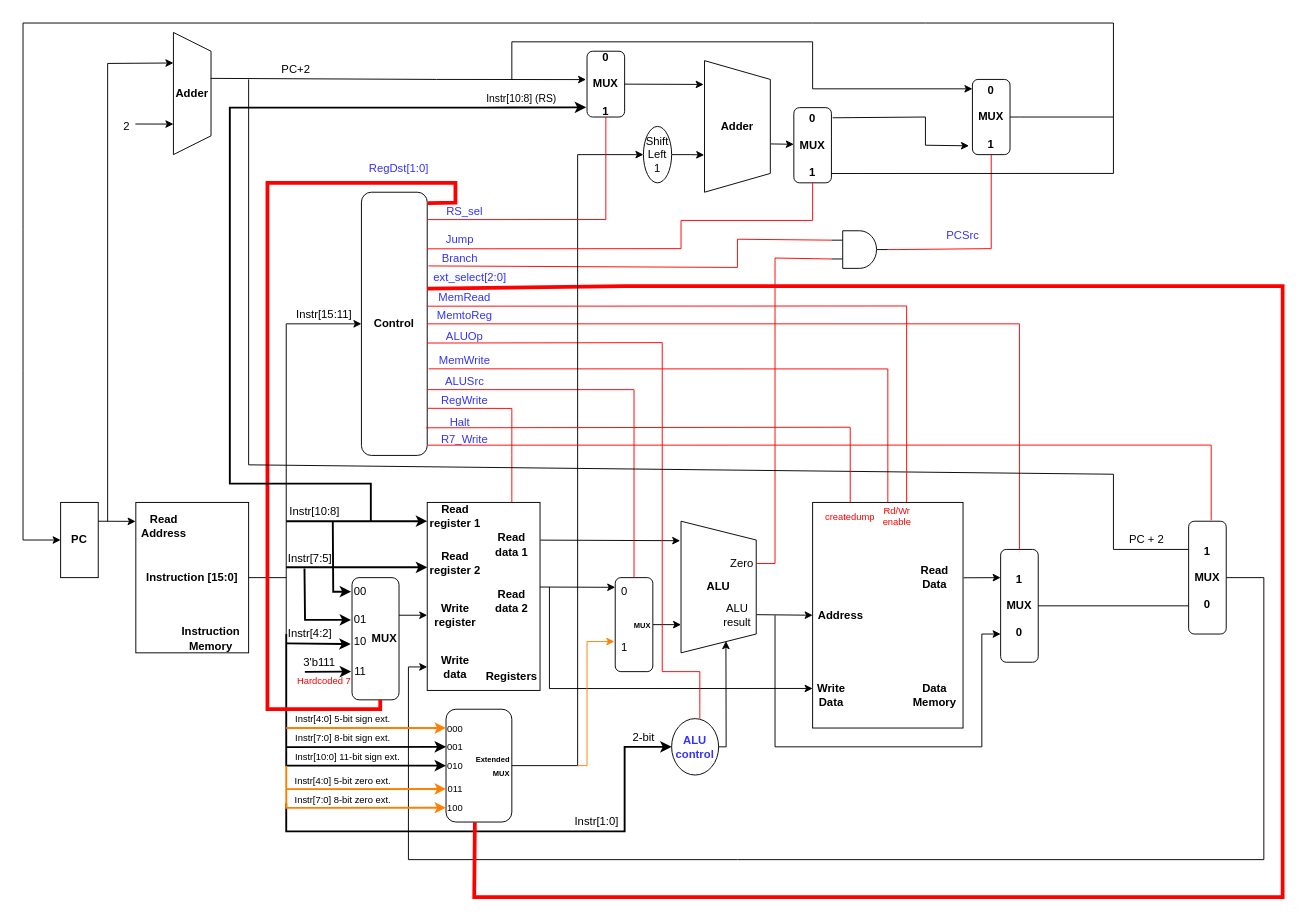
The draw.io diagram WISC-SP22.drawio in joshmeiyb/ECE552, before the edit. Source tidied: cells renumbered, new cells numbered last; positions are measured from the earlier drawing's top-left corner, leaving out a move shared by most shapes. Both pictures are drawn from the tidied source at 94%, with x=0, y=0 at pixel (23, 23).
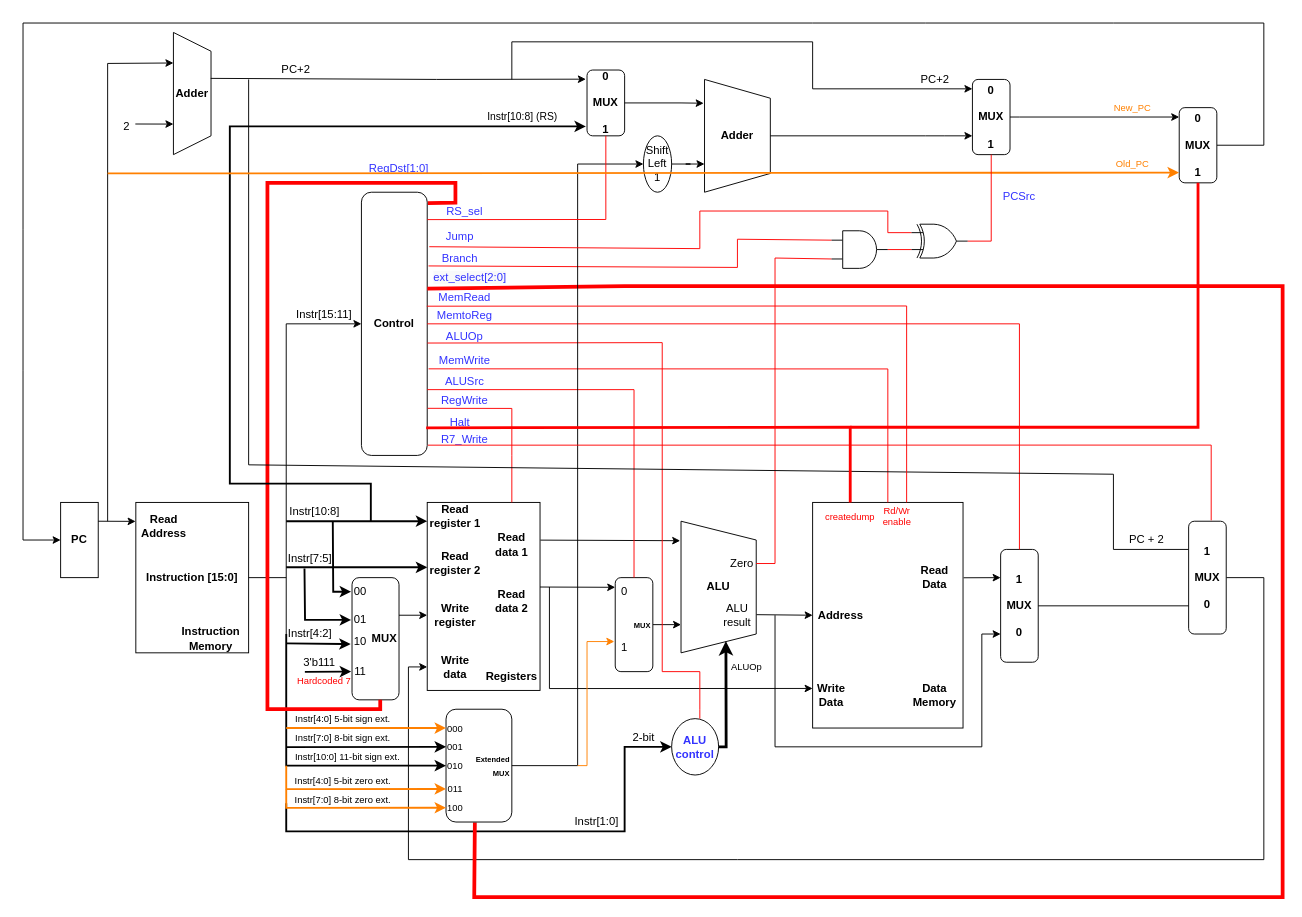
The same diagram, later.

The change refers to these unchanged cells:
```xml
<mxCell id="2" value="&lt;b&gt;PC&lt;/b&gt;" style="rounded=0;whiteSpace=wrap;html=1;" parent="1" vertex="1">
  <mxGeometry x="40" y="510" width="40" height="80" as="geometry" />
</mxCell>
<mxCell id="6" value="&lt;b&gt;Adder&lt;/b&gt;" style="shape=trapezoid;perimeter=trapezoidPerimeter;whiteSpace=wrap;html=1;fixedSize=1;direction=south;" parent="1" vertex="1">
  <mxGeometry x="160" y="10" width="40" height="130" as="geometry" />
</mxCell>
<mxCell id="27" value="&lt;b&gt;0&lt;br&gt;&lt;br&gt;MUX&lt;br&gt;&lt;br&gt;1&lt;/b&gt;" style="rounded=1;whiteSpace=wrap;html=1;" parent="1" vertex="1">
  <mxGeometry x="1010" y="60" width="40" height="80" as="geometry" />
</mxCell>
<mxCell id="36" value="&lt;b&gt;ALU&lt;/b&gt;" style="shape=trapezoid;perimeter=trapezoidPerimeter;whiteSpace=wrap;html=1;fixedSize=1;direction=south;" parent="1" vertex="1">
  <mxGeometry x="700" y="530" width="80" height="140" as="geometry" />
</mxCell>
<mxCell id="39" style="rounded=0;whiteSpace=wrap;html=1;" parent="1" vertex="1">
  <mxGeometry x="840" y="510" width="160" height="240" as="geometry" />
</mxCell>
<mxCell id="45" value="&lt;font color=&quot;#3333ff&quot;&gt;&lt;b&gt;ALU&lt;br&gt;control&lt;/b&gt;&lt;/font&gt;" style="ellipse;whiteSpace=wrap;html=1;" parent="1" vertex="1">
  <mxGeometry x="690" y="740" width="50" height="60" as="geometry" />
</mxCell>
<mxCell id="65" style="verticalLabelPosition=bottom;shadow=0;dashed=0;align=center;html=1;verticalAlign=top;shape=mxgraph.electrical.logic_gates.logic_gate;operation=and;" parent="1" vertex="1">
  <mxGeometry x="860" y="221" width="60" height="40" as="geometry" />
</mxCell>
<mxCell id="68" value="&lt;b&gt;Control&lt;/b&gt;" style="rounded=1;whiteSpace=wrap;html=1;" parent="1" vertex="1">
  <mxGeometry x="360" y="180" width="70" height="280" as="geometry" />
</mxCell>
<mxCell id="90" value="010" style="text;html=1;strokeColor=none;fillColor=none;align=center;verticalAlign=middle;whiteSpace=wrap;rounded=0;fontSize=10;" parent="1" vertex="1">
  <mxGeometry x="450" y="775" width="20" height="30" as="geometry" />
</mxCell>
```

What changed in the source:
```diff
@@
-    <mxCell id="9" style="endArrow=classic;html=1;rounded=0;exitX=0.376;exitY=0.008;exitDx=0;exitDy=0;exitPerimeter=0;entryX=-0.026;entryY=0.431;entryDx=0;entryDy=0;entryPerimeter=0;" parent="1" edge="1" source="6" target="106">
+    <mxCell id="9" style="endArrow=classic;html=1;rounded=0;exitX=0.376;exitY=0.008;exitDx=0;exitDy=0;exitPerimeter=0;entryX=-0.031;entryY=0.139;entryDx=0;entryDy=0;entryPerimeter=0;" parent="1" edge="1" source="6" target="106">
       <mxGeometry relative="1" as="geometry">
         <Array as="points">
           <mxPoint x="440" y="60" />
         </Array>
       </mxGeometry>
     </mxCell>
     <mxCell id="10" value="&lt;b&gt;Adder&lt;/b&gt;" style="shape=trapezoid;perimeter=trapezoidPerimeter;whiteSpace=wrap;html=1;fixedSize=1;direction=south;" parent="1" vertex="1">
-      <mxGeometry x="725" y="40" width="70" height="140" as="geometry" />
+      <mxGeometry x="725" y="60" width="70" height="120" as="geometry" />
     </mxCell>
-    <mxCell id="11" style="edgeStyle=orthogonalEdgeStyle;rounded=0;jettySize=auto;html=1;strokeColor=#000000;strokeWidth=1;entryX=0.717;entryY=1.005;entryDx=0;entryDy=0;entryPerimeter=0;" parent="1" edge="1" source="12" target="10">
+    <mxCell id="11" style="edgeStyle=orthogonalEdgeStyle;rounded=0;jettySize=auto;html=1;strokeColor=#000000;strokeWidth=1;entryX=0.75;entryY=1;entryDx=0;entryDy=0;" parent="1" edge="1" source="12" target="10">
       <mxGeometry relative="1" as="geometry" />
     </mxCell>
     <mxCell id="12" value="Shift&lt;br&gt;Left 1" style="ellipse;whiteSpace=wrap;html=1;" parent="1" vertex="1">
-      <mxGeometry x="660" y="110" width="30" height="60" as="geometry" />
+      <mxGeometry x="660" y="120" width="30" height="60" as="geometry" />
     </mxCell>
@@
-    <mxCell id="28" style="endArrow=classic;html=1;rounded=0;exitX=0.633;exitY=-0.009;exitDx=0;exitDy=0;exitPerimeter=0;" parent="1" edge="1" source="10">
-      <mxGeometry relative="1" as="geometry">
-        <mxPoint x="820" y="129" as="targetPoint" />
-      </mxGeometry>
-    </mxCell>
@@
-    <mxCell id="30" style="endArrow=classic;html=1;rounded=0;entryX=0;entryY=0.5;entryDx=0;entryDy=0;" parent="1" edge="1" target="2">
+    <mxCell id="30" style="endArrow=classic;html=1;rounded=0;entryX=0;entryY=0.5;entryDx=0;entryDy=0;exitX=1;exitY=0.5;exitDx=0;exitDy=0;" parent="1" edge="1" source="113" target="2">
       <mxGeometry relative="1" as="geometry">
-        <mxPoint x="1060" y="100" as="sourcePoint" />
         <Array as="points">
-          <mxPoint x="1160" y="100" />
+          <mxPoint x="1320" y="130" />
+          <mxPoint x="1320" />
           <mxPoint x="1160" />
           <mxPoint x="960" />
           <mxPoint x="840" />
           <mxPoint />
           <mxPoint y="220" />
           <mxPoint y="370" />
           <mxPoint y="550" />
         </Array>
       </mxGeometry>
     </mxCell>
@@
-    <mxCell id="47" style="endArrow=classic;html=1;rounded=0;exitX=1;exitY=0.5;exitDx=0;exitDy=0;entryX=0.911;entryY=0.403;entryDx=0;entryDy=0;entryPerimeter=0;" parent="1" edge="1" source="45" target="36">
+    <mxCell id="47" style="endArrow=classic;html=1;rounded=0;exitX=1;exitY=0.5;exitDx=0;exitDy=0;entryX=0.911;entryY=0.403;entryDx=0;entryDy=0;entryPerimeter=0;strokeWidth=3;" parent="1" edge="1" source="45" target="36">
       <mxGeometry relative="1" as="geometry">
         <Array as="points">
           <mxPoint x="748" y="770" />
         </Array>
       </mxGeometry>
     </mxCell>
@@
-    <mxCell id="71" style="endArrow=none;html=1;rounded=0;strokeColor=#FF0000;entryX=0.5;entryY=1;entryDx=0;entryDy=0;exitX=1;exitY=0.5;exitDx=0;exitDy=0;exitPerimeter=0;" parent="1" edge="1" source="65" target="27">
-      <mxGeometry relative="1" as="geometry">
-        <Array as="points">
-          <mxPoint x="930" y="241" />
-          <mxPoint x="1030" y="240" />
-        </Array>
-      </mxGeometry>
-    </mxCell>
@@
     <mxCell id="82" value="&lt;font color=&quot;#3333ff&quot;&gt;PCSrc&lt;/font&gt;" style="text;html=1;strokeColor=none;fillColor=none;align=center;verticalAlign=middle;whiteSpace=wrap;rounded=0;" parent="1" vertex="1">
-      <mxGeometry x="970" y="211" width="60" height="30" as="geometry" />
+      <mxGeometry x="1030" y="170" width="60" height="30" as="geometry" />
     </mxCell>
@@
     <mxCell id="86" style="endArrow=classic;html=1;rounded=0;strokeColor=#000000;exitX=1;exitY=0.5;exitDx=0;exitDy=0;entryX=0;entryY=0.5;entryDx=0;entryDy=0;" parent="1" edge="1" source="90" target="12">
       <mxGeometry relative="1" as="geometry">
         <Array as="points">
           <mxPoint x="590" y="790" />
-          <mxPoint x="590" y="140" />
+          <mxPoint x="590" y="150" />
         </Array>
       </mxGeometry>
     </mxCell>
@@
     <mxCell id="106" value="&lt;b&gt;0&lt;br&gt;&lt;br&gt;MUX&lt;br&gt;&lt;br&gt;1&lt;/b&gt;" style="rounded=1;whiteSpace=wrap;html=1;" parent="1" vertex="1">
-      <mxGeometry x="600" y="30" width="40" height="70" as="geometry" />
+      <mxGeometry x="600" y="50" width="40" height="70" as="geometry" />
     </mxCell>
-    <mxCell id="107" style="endArrow=classic;html=1;rounded=0;fontColor=#000000;strokeColor=#000000;strokeWidth=2;entryX=-0.024;entryY=0.853;entryDx=0;entryDy=0;entryPerimeter=0;" parent="1" edge="1" target="106">
+    <mxCell id="107" style="endArrow=classic;html=1;rounded=0;fontColor=#000000;strokeColor=#000000;strokeWidth=2;entryX=-0.031;entryY=0.857;entryDx=0;entryDy=0;entryPerimeter=0;" parent="1" edge="1" target="106">
       <mxGeometry relative="1" as="geometry">
         <mxPoint x="370" y="530" as="sourcePoint" />
         <Array as="points">
           <mxPoint x="370" y="490" />
           <mxPoint x="220" y="490" />
-          <mxPoint x="220" y="90" />
-          <mxPoint x="490" y="90" />
+          <mxPoint x="220" y="110" />
+          <mxPoint x="490" y="110" />
         </Array>
       </mxGeometry>
     </mxCell>
@@
-    <mxCell id="111" style="endArrow=classic;html=1;rounded=0;fontColor=#000000;strokeColor=#000000;strokeWidth=1;exitX=1;exitY=0.5;exitDx=0;exitDy=0;entryX=0.181;entryY=1.013;entryDx=0;entryDy=0;entryPerimeter=0;" parent="1" edge="1" source="106" target="10">
-      <mxGeometry relative="1" as="geometry" />
+    <mxCell id="111" style="endArrow=classic;html=1;rounded=0;fontColor=#000000;strokeColor=#000000;strokeWidth=1;exitX=1;exitY=0.5;exitDx=0;exitDy=0;entryX=0.211;entryY=1.013;entryDx=0;entryDy=0;entryPerimeter=0;" parent="1" edge="1" source="106" target="10">
+      <mxGeometry relative="1" as="geometry">
+        <Array as="points">
+          <mxPoint x="700" y="85" />
+        </Array>
+      </mxGeometry>
     </mxCell>
@@
-    <mxCell id="113" value="&lt;b&gt;0&lt;br&gt;&lt;br&gt;MUX&lt;br&gt;&lt;br&gt;1&lt;/b&gt;" style="rounded=1;whiteSpace=wrap;html=1;" parent="1" vertex="1">
-      <mxGeometry x="820" y="90" width="40" height="80" as="geometry" />
-    </mxCell>
-    <mxCell id="114" style="endArrow=classic;html=1;rounded=0;exitX=1.033;exitY=0.135;exitDx=0;exitDy=0;exitPerimeter=0;entryX=-0.092;entryY=0.883;entryDx=0;entryDy=0;entryPerimeter=0;" parent="1" edge="1" source="113" target="27">
+    <mxCell id="114" style="endArrow=classic;html=1;rounded=0;exitX=0.5;exitY=0;exitDx=0;exitDy=0;entryX=0;entryY=0.75;entryDx=0;entryDy=0;" parent="1" edge="1" source="10" target="27">
       <mxGeometry relative="1" as="geometry">
         <Array as="points">
-          <mxPoint x="960" y="100" />
-          <mxPoint x="960" y="130" />
+          <mxPoint x="960" y="120" />
+          <mxPoint x="980" y="120" />
         </Array>
       </mxGeometry>
     </mxCell>
-    <mxCell id="115" style="endArrow=none;html=1;rounded=0;strokeColor=#FF0000;exitX=0.999;exitY=0.215;exitDx=0;exitDy=0;exitPerimeter=0;" parent="1" edge="1" source="68">
-      <mxGeometry relative="1" as="geometry">
-        <mxPoint x="840" y="170" as="targetPoint" />
-        <Array as="points">
-          <mxPoint x="700" y="240" />
-          <mxPoint x="700" y="210" />
-          <mxPoint x="800" y="210" />
-          <mxPoint x="840" y="210" />
-        </Array>
-      </mxGeometry>
-    </mxCell>
     <mxCell id="116" value="&lt;font color=&quot;#3333ff&quot;&gt;Jump&lt;/font&gt;" style="text;html=1;strokeColor=none;fillColor=none;align=center;verticalAlign=middle;whiteSpace=wrap;rounded=0;" parent="1" vertex="1">
-      <mxGeometry x="435" y="221" width="60" height="20" as="geometry" />
+      <mxGeometry x="435" y="217" width="60" height="20" as="geometry" />
     </mxCell>
-    <mxCell id="117" style="endArrow=none;html=1;rounded=0;strokeColor=#000000;exitX=0.999;exitY=0.876;exitDx=0;exitDy=0;exitPerimeter=0;" parent="1" edge="1" source="113">
-      <mxGeometry relative="1" as="geometry">
-        <mxPoint x="1160" y="100" as="targetPoint" />
-        <Array as="points">
-          <mxPoint x="1160" y="160" />
-        </Array>
-      </mxGeometry>
-    </mxCell>
@@
-    <mxCell id="135" style="endArrow=none;html=1;rounded=0;fontSize=10;fontColor=#FF0000;strokeColor=#FF0000;strokeWidth=1;entryX=0.984;entryY=0.895;entryDx=0;entryDy=0;entryPerimeter=0;exitX=0.25;exitY=0;exitDx=0;exitDy=0;" parent="1" edge="1" source="39" target="68">
+    <mxCell id="135" style="endArrow=none;html=1;rounded=0;fontSize=10;fontColor=#FF0000;strokeColor=#FF0000;strokeWidth=3;entryX=0.984;entryY=0.895;entryDx=0;entryDy=0;entryPerimeter=0;exitX=0.25;exitY=0;exitDx=0;exitDy=0;" parent="1" edge="1" source="39" target="68">
       <mxGeometry relative="1" as="geometry">
         <Array as="points">
           <mxPoint x="880" y="430" />
         </Array>
       </mxGeometry>
     </mxCell>
@@
+    <mxCell id="113" value="&lt;b&gt;0&lt;br&gt;&lt;br&gt;MUX&lt;br&gt;&lt;br&gt;1&lt;/b&gt;" style="rounded=1;whiteSpace=wrap;html=1;" parent="1" vertex="1">
+      <mxGeometry x="1230" y="90" width="40" height="80" as="geometry" />
+    </mxCell>
+    <mxCell id="137" style="endArrow=none;html=1;rounded=0;fontSize=10;fontColor=#FF0000;strokeColor=#FF0000;strokeWidth=3;entryX=0.5;entryY=1;entryDx=0;entryDy=0;" parent="1" edge="1" target="113">
+      <mxGeometry relative="1" as="geometry">
+        <mxPoint x="880" y="430" as="sourcePoint" />
+        <Array as="points">
+          <mxPoint x="1250" y="430" />
+        </Array>
+      </mxGeometry>
+    </mxCell>
+    <mxCell id="138" style="endArrow=classic;html=1;rounded=0;fontSize=10;fontColor=#FF0000;strokeColor=#000000;strokeWidth=1;" parent="1" edge="1">
+      <mxGeometry relative="1" as="geometry">
+        <mxPoint x="1060" y="100" as="sourcePoint" />
+        <mxPoint x="1230" y="100" as="targetPoint" />
+      </mxGeometry>
+    </mxCell>
+    <mxCell id="139" value="PC+2" style="text;html=1;align=center;verticalAlign=middle;strokeColor=none;fillColor=none;" parent="1" vertex="1">
+      <mxGeometry x="945" y="50" width="50" height="20" as="geometry" />
+    </mxCell>
+    <mxCell id="140" style="endArrow=classic;html=1;rounded=0;fontSize=10;fontColor=#FF0000;strokeColor=#FF8000;strokeWidth=2;entryX=-0.008;entryY=0.864;entryDx=0;entryDy=0;entryPerimeter=0;" parent="1" edge="1" target="113">
+      <mxGeometry relative="1" as="geometry">
+        <mxPoint x="90" y="160" as="sourcePoint" />
+      </mxGeometry>
+    </mxCell>
+    <mxCell id="141" value="&lt;font color=&quot;#ff8000&quot;&gt;Old_PC&lt;/font&gt;" style="text;html=1;align=center;verticalAlign=middle;strokeColor=none;fillColor=none;fontSize=10;fontColor=#FF0000;" parent="1" vertex="1">
+      <mxGeometry x="1155" y="140" width="50" height="20" as="geometry" />
+    </mxCell>
+    <mxCell id="142" value="&lt;font color=&quot;#ff8000&quot;&gt;New_PC&lt;/font&gt;" style="text;html=1;align=center;verticalAlign=middle;strokeColor=none;fillColor=none;fontSize=10;fontColor=#FF0000;" parent="1" vertex="1">
+      <mxGeometry x="1155" y="80" width="50" height="20" as="geometry" />
+    </mxCell>
+    <mxCell id="143" style="verticalLabelPosition=bottom;shadow=0;dashed=0;align=center;html=1;verticalAlign=top;shape=mxgraph.electrical.logic_gates.logic_gate;operation=xor;fontSize=10;fontColor=#FF8000;" parent="1" vertex="1">
+      <mxGeometry x="945" y="214" width="60" height="36" as="geometry" />
+    </mxCell>
+    <mxCell id="144" style="endArrow=none;html=1;rounded=0;fontSize=10;fontColor=#FF8000;strokeColor=#FF0000;strokeWidth=1;exitX=1;exitY=0.5;exitDx=0;exitDy=0;exitPerimeter=0;entryX=0;entryY=0.75;entryDx=0;entryDy=0;entryPerimeter=0;" parent="1" edge="1" source="65" target="143">
+      <mxGeometry relative="1" as="geometry" />
+    </mxCell>
+    <mxCell id="145" style="endArrow=none;html=1;rounded=0;fontSize=10;fontColor=#FF8000;strokeColor=#FF0000;strokeWidth=1;exitX=1.031;exitY=0.207;exitDx=0;exitDy=0;exitPerimeter=0;entryX=0;entryY=0.25;entryDx=0;entryDy=0;entryPerimeter=0;" parent="1" edge="1" source="68" target="143">
+      <mxGeometry relative="1" as="geometry">
+        <Array as="points">
+          <mxPoint x="720" y="240" />
+          <mxPoint x="720" y="200" />
+          <mxPoint x="920" y="200" />
+          <mxPoint x="920" y="223" />
+        </Array>
+      </mxGeometry>
+    </mxCell>
+    <mxCell id="146" style="endArrow=none;html=1;rounded=0;fontSize=10;fontColor=#FF8000;strokeColor=#FF0000;strokeWidth=1;exitX=1;exitY=0.5;exitDx=0;exitDy=0;exitPerimeter=0;entryX=0.5;entryY=1;entryDx=0;entryDy=0;" parent="1" edge="1" source="143" target="27">
+      <mxGeometry relative="1" as="geometry">
+        <Array as="points">
+          <mxPoint x="1030" y="232" />
+        </Array>
+      </mxGeometry>
+    </mxCell>
+    <mxCell id="147" value="&lt;font color=&quot;#000000&quot;&gt;ALUOp&lt;/font&gt;" style="text;html=1;strokeColor=none;fillColor=none;align=center;verticalAlign=middle;whiteSpace=wrap;rounded=0;fontSize=10;fontColor=#FF8000;" parent="1" vertex="1">
+      <mxGeometry x="740" y="670" width="60" height="30" as="geometry" />
+    </mxCell>
```
